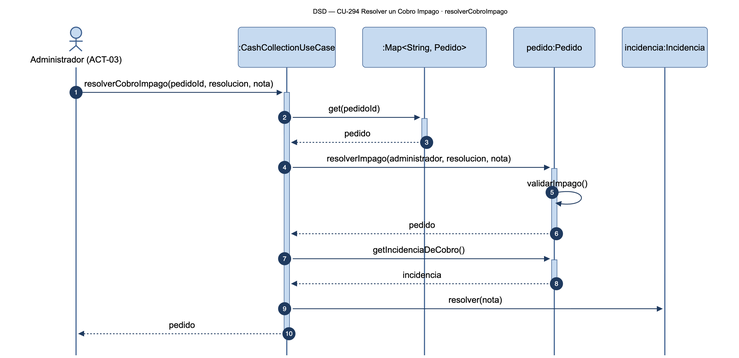
This is diagramas/png/DSD_CU-294_resolverCobroImpago.png from Nahuelito-Dev/splg-docs, a Mermaid export, as it was before one commit. Its source is kept beside it as diagramas/DSD_CU-294_resolverCobroImpago.mmd. Its diagram source:
```mermaid
sequenceDiagram
    title DSD — CU-294 Resolver un Cobro Impago · resolverCobroImpago
    autonumber
    actor ADM as Administrador (ACT-03)
    participant CCU as :CashCollectionUseCase
    participant PEDS as :Map#lt;String, Pedido#gt;
    participant PED as pedido:Pedido
    participant INC as incidencia:Incidencia

    ADM->>+CCU: resolverCobroImpago(pedidoId, resolucion, nota)
    CCU->>+PEDS: get(pedidoId)
    PEDS-->>-CCU: pedido
    CCU->>+PED: resolverImpago(administrador, resolucion, nota)
    PED->>PED: validarImpago()
    PED-->>-CCU: pedido
    CCU->>+PED: getIncidenciaDeCobro()
    PED-->>-CCU: incidencia
    CCU->>INC: resolver(nota)
    CCU-->>-ADM: pedido
```
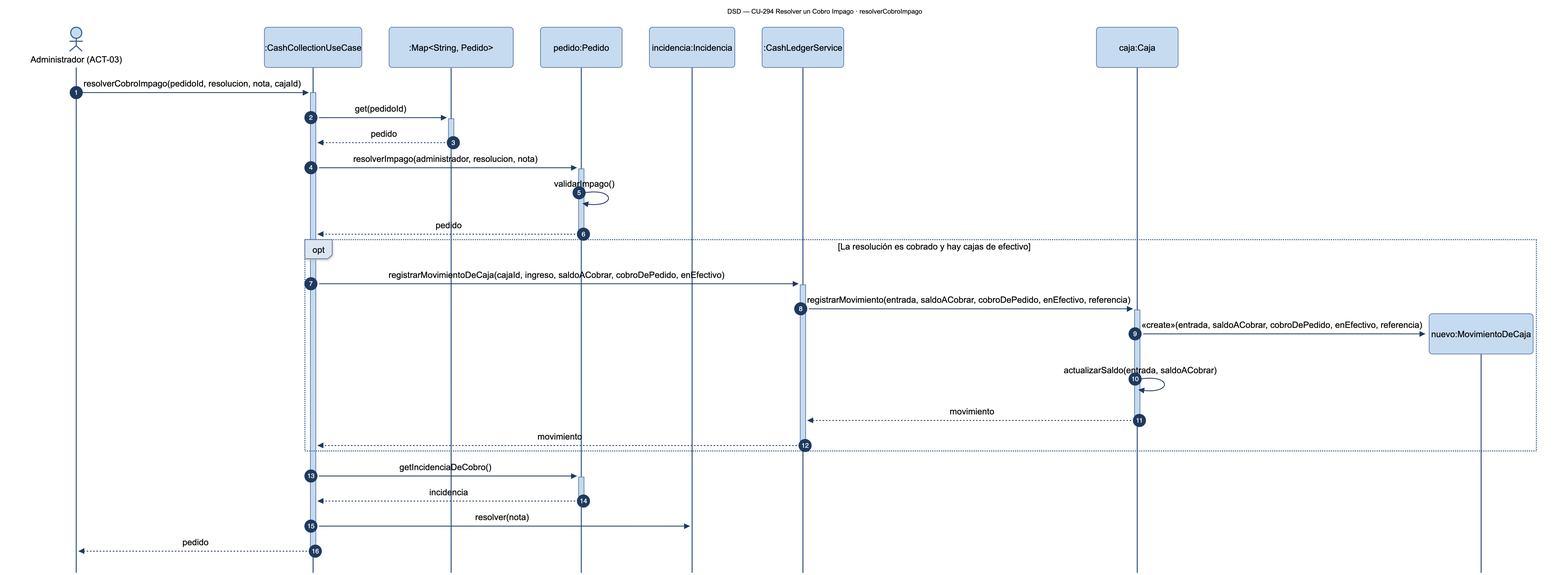
After the change.

What changed in the source:
```diff
@@ -6,13 +6,24 @@
     participant PEDS as :Map#lt;String, Pedido#gt;
     participant PED as pedido:Pedido
     participant INC as incidencia:Incidencia
+    participant LDG as :CashLedgerService
+    participant CAJ as caja:Caja
 
-    ADM->>+CCU: resolverCobroImpago(pedidoId, resolucion, nota)
+    ADM->>+CCU: resolverCobroImpago(pedidoId, resolucion, nota, cajaId)
     CCU->>+PEDS: get(pedidoId)
     PEDS-->>-CCU: pedido
     CCU->>+PED: resolverImpago(administrador, resolucion, nota)
     PED->>PED: validarImpago()
     PED-->>-CCU: pedido
+    opt La resolución es cobrado y hay cajas de efectivo
+        CCU->>+LDG: registrarMovimientoDeCaja(cajaId, ingreso, saldoACobrar, cobroDePedido, enEfectivo)
+        LDG->>+CAJ: registrarMovimiento(entrada, saldoACobrar, cobroDePedido, enEfectivo, referencia)
+        create participant NMO as nuevo:MovimientoDeCaja
+        CAJ->>NMO: «create»(entrada, saldoACobrar, cobroDePedido, enEfectivo, referencia)
+        CAJ->>CAJ: actualizarSaldo(entrada, saldoACobrar)
+        CAJ-->>-LDG: movimiento
+        LDG-->>-CCU: movimiento
+    end
     CCU->>+PED: getIncidenciaDeCobro()
     PED-->>-CCU: incidencia
     CCU->>INC: resolver(nota)
```
